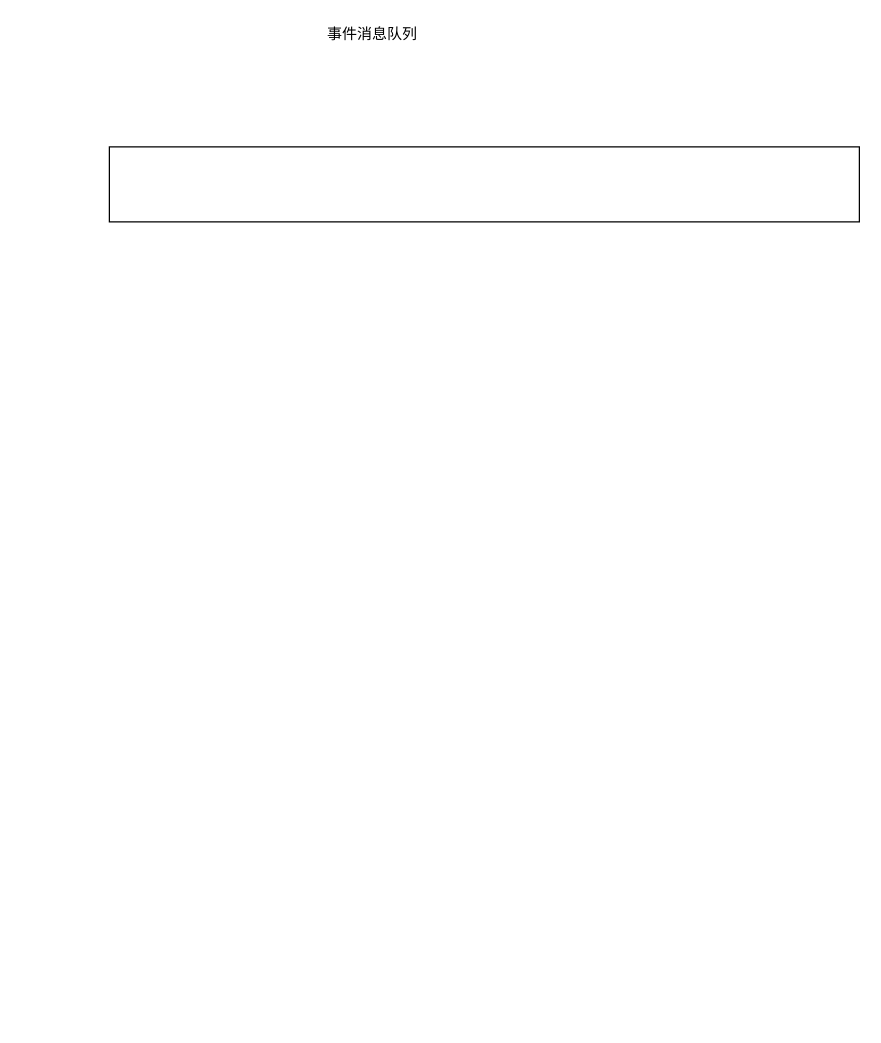
Before: page "消息队列" (7 of 7) of Untitled Diagram.drawio in 605682883/flowPhoto, a draw.io diagram. Source tidied: cells renumbered, new cells numbered last; positions are measured from the earlier drawing's top-left corner, leaving out a move shared by most shapes. Both pictures are drawn from the tidied source at 125%, with x=0, y=0 at pixel (109, 21).
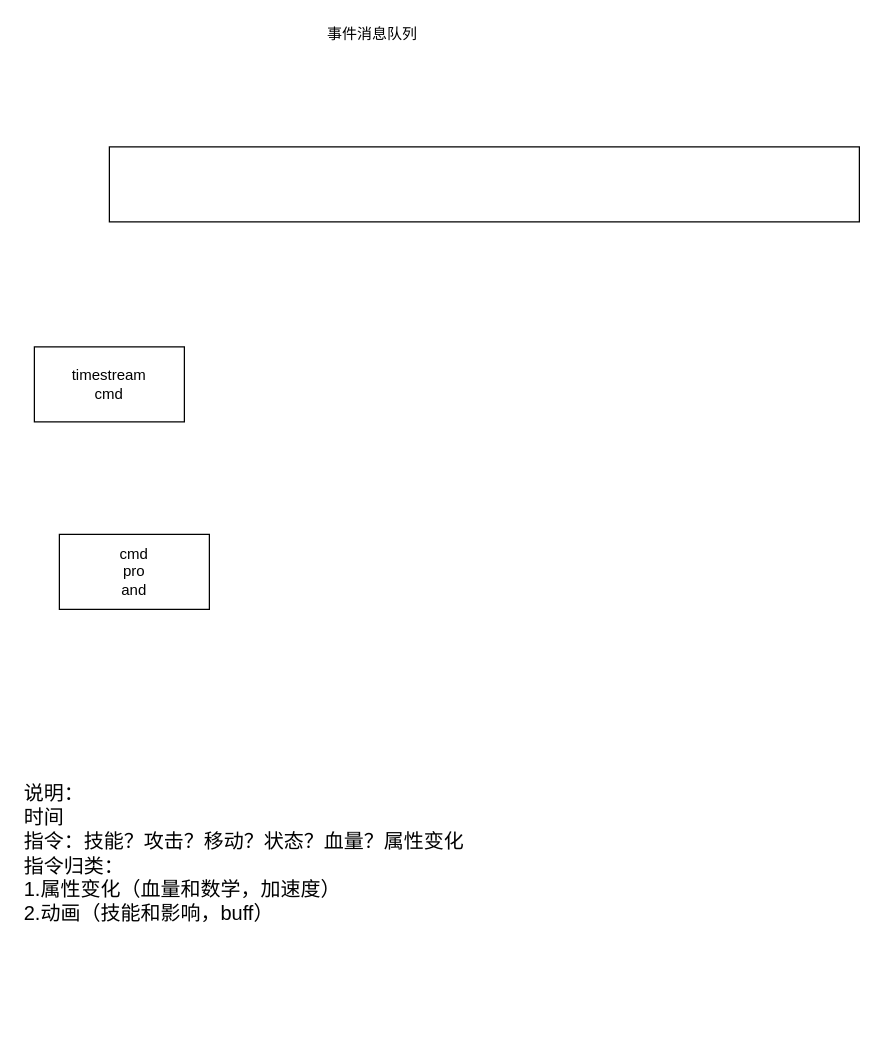
The same diagram, later.

What changed in the source:
```diff
@@
 <mxGraphModel>
   <root>
     <mxCell id="0" />
     <mxCell id="1" parent="0" />
     <mxCell id="2" style="rounded=0;whiteSpace=wrap;html=1;" parent="1" vertex="1">
       <mxGeometry y="100" width="600" height="60" as="geometry" />
     </mxCell>
     <mxCell id="3" value="事件消息队列" style="text;html=1;align=center;verticalAlign=middle;strokeColor=none;fillColor=none;" parent="1" vertex="1">
       <mxGeometry x="165" width="90" height="20" as="geometry" />
     </mxCell>
+    <mxCell id="4" value="timestream&lt;br&gt;cmd" style="rounded=0;whiteSpace=wrap;html=1;" parent="1" vertex="1">
+      <mxGeometry x="-60" y="260" width="120" height="60" as="geometry" />
+    </mxCell>
+    <mxCell id="5" value="cmd&lt;br&gt;pro&lt;br&gt;and" style="rounded=0;whiteSpace=wrap;html=1;" parent="1" vertex="1">
+      <mxGeometry x="-40" y="410" width="120" height="60" as="geometry" />
+    </mxCell>
+    <mxCell id="6" value="说明：&lt;br style=&quot;font-size: 16px;&quot;&gt;时间&lt;br style=&quot;font-size: 16px;&quot;&gt;指令：技能？攻击？移动？状态？血量？属性变化&lt;br style=&quot;font-size: 16px;&quot;&gt;指令归类：&lt;br style=&quot;font-size: 16px;&quot;&gt;1.属性变化（血量和数学，加速度）&lt;br style=&quot;font-size: 16px;&quot;&gt;2.动画（技能和影响，buff）" style="text;html=1;strokeColor=none;fillColor=none;align=left;verticalAlign=middle;whiteSpace=wrap;rounded=0;fontSize=16;" parent="1" vertex="1">
+      <mxGeometry x="-70" y="530" width="410" height="270" as="geometry" />
+    </mxCell>
   </root>
 </mxGraphModel>
```
